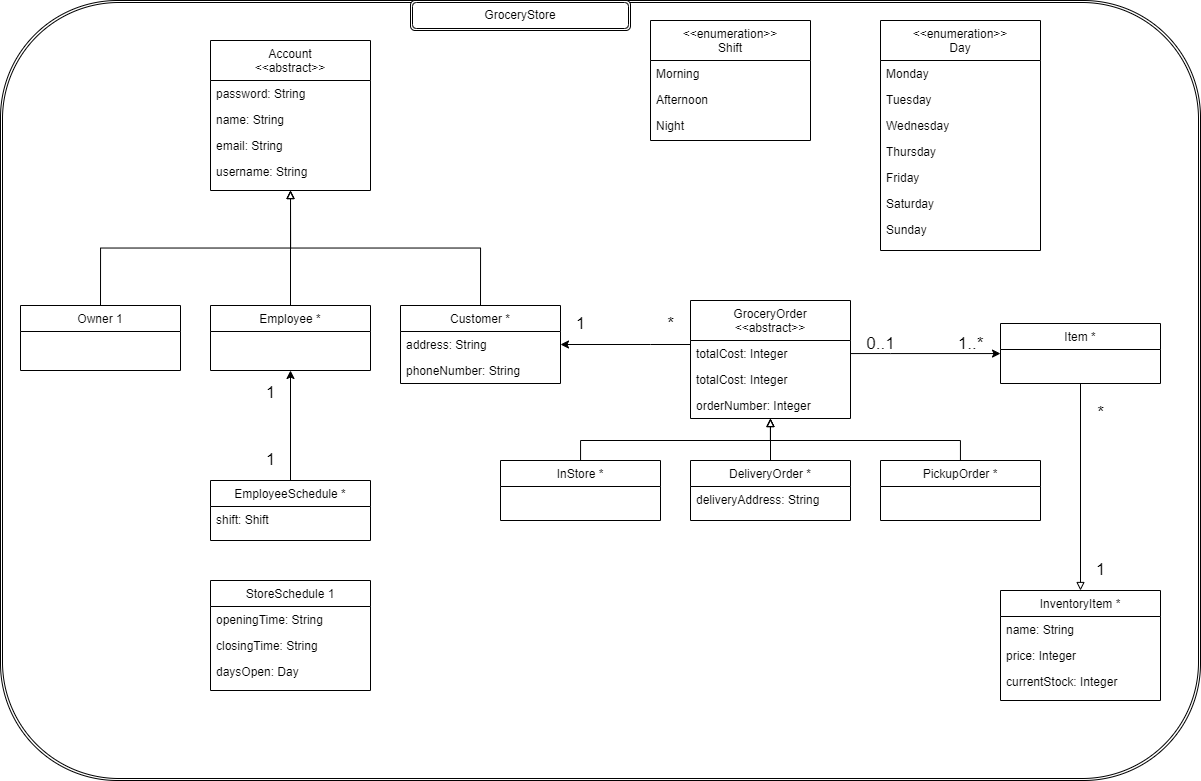
McGill-ECSE321-Winter2022/project-group-group-14 keeps this draw.io diagram as Class-Diagram.drawio.png. Above is the earlier version. Source tidied: cells renumbered, new cells last; positions are measured from the earlier drawing's top-left corner, leaving out a move shared by most shapes.
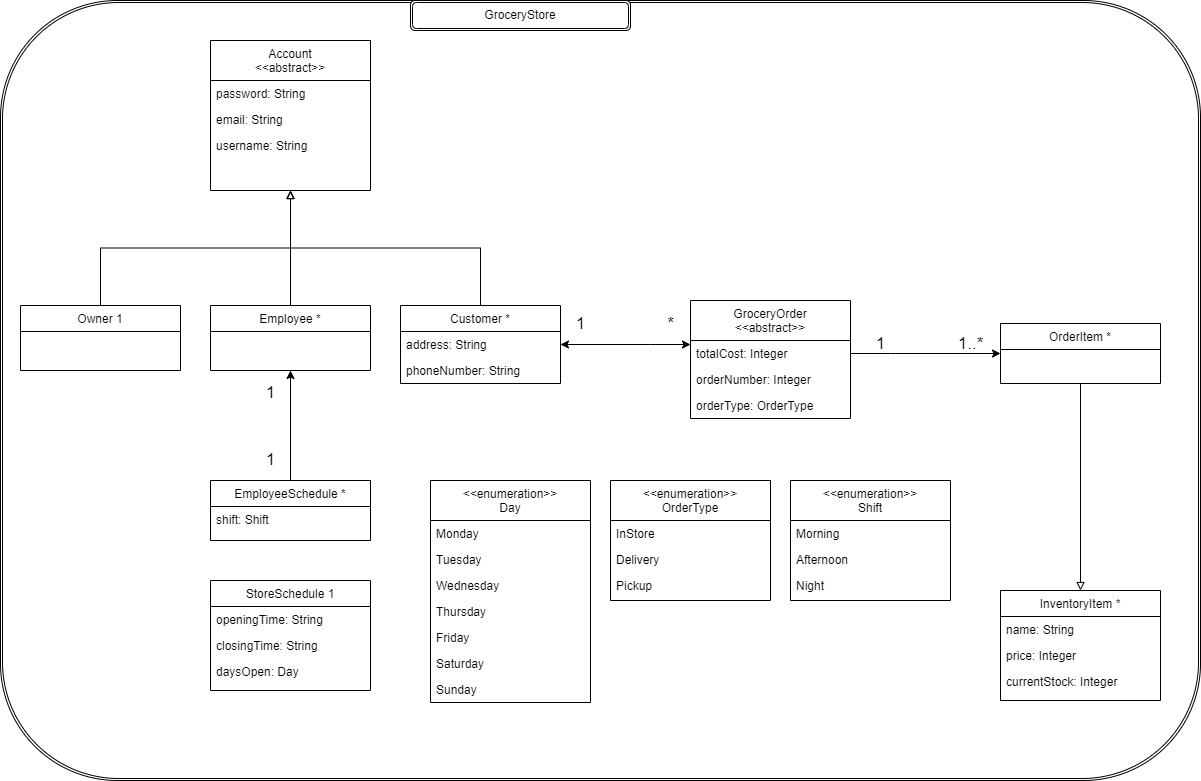
Later version of the same file.

Commit message:
Replaced order subclasses with enumeration

some other small changes too

What changed in the source:
```diff
@@ -11,14 +11,11 @@
     <mxCell id="4" value="password: String" style="text;align=left;verticalAlign=top;spacingLeft=4;spacingRight=4;overflow=hidden;rounded=0;shadow=0;html=0;" parent="3" vertex="1">
       <mxGeometry y="40" width="160" height="26" as="geometry" />
     </mxCell>
-    <mxCell id="5" value="name: String" style="text;align=left;verticalAlign=top;spacingLeft=4;spacingRight=4;overflow=hidden;" parent="3" vertex="1">
-      <mxGeometry y="66" width="160" height="26" as="geometry" />
-    </mxCell>
     <mxCell id="6" value="email: String" style="text;align=left;verticalAlign=top;spacingLeft=4;spacingRight=4;overflow=hidden;rounded=0;shadow=0;html=0;" parent="3" vertex="1">
-      <mxGeometry y="92" width="160" height="26" as="geometry" />
+      <mxGeometry y="66" width="160" height="26" as="geometry" />
     </mxCell>
     <mxCell id="7" value="username: String" style="text;align=left;verticalAlign=top;spacingLeft=4;spacingRight=4;overflow=hidden;rounded=0;shadow=0;html=0;" parent="3" vertex="1">
-      <mxGeometry y="118" width="160" height="26" as="geometry" />
+      <mxGeometry y="92" width="160" height="26" as="geometry" />
     </mxCell>
     <mxCell id="8" style="edgeStyle=orthogonalEdgeStyle;rounded=0;jettySize=auto;html=1;exitX=0.5;exitY=0;exitDx=0;exitDy=0;entryX=0.5;entryY=1;entryDx=0;entryDy=0;endArrow=block;endFill=0;" parent="1" edge="1" source="9" target="3">
       <mxGeometry relative="1" as="geometry" />
@@ -49,7 +46,7 @@
     <mxCell id="16" value="phoneNumber: String" style="text;align=left;verticalAlign=top;spacingLeft=4;spacingRight=4;overflow=hidden;" parent="14" vertex="1">
       <mxGeometry y="52" width="160" height="26" as="geometry" />
     </mxCell>
-    <mxCell id="17" style="edgeStyle=orthogonalEdgeStyle;rounded=0;jettySize=auto;html=1;entryX=1;entryY=0.5;entryDx=0;entryDy=0;endArrow=classic;endFill=1;startArrow=none;startFill=0;" parent="1" edge="1" source="19" target="15">
+    <mxCell id="17" style="edgeStyle=orthogonalEdgeStyle;rounded=0;jettySize=auto;html=1;entryX=1;entryY=0.5;entryDx=0;entryDy=0;endArrow=classic;endFill=1;startArrow=classic;startFill=1;" parent="1" edge="1" source="19" target="15">
       <mxGeometry relative="1" as="geometry">
         <Array as="points">
           <mxPoint x="650" y="344" />
@@ -71,44 +68,10 @@
     <mxCell id="20" value="totalCost: Integer" style="text;align=left;verticalAlign=top;spacingLeft=4;spacingRight=4;overflow=hidden;" parent="19" vertex="1">
       <mxGeometry y="40" width="160" height="26" as="geometry" />
     </mxCell>
-    <mxCell id="21" value="totalCost: Integer" style="text;align=left;verticalAlign=top;spacingLeft=4;spacingRight=4;overflow=hidden;" parent="19" vertex="1">
-      <mxGeometry y="66" width="160" height="26" as="geometry" />
-    </mxCell>
     <mxCell id="22" value="orderNumber: Integer" style="text;align=left;verticalAlign=top;spacingLeft=4;spacingRight=4;overflow=hidden;" parent="19" vertex="1">
-      <mxGeometry y="92" width="160" height="26" as="geometry" />
+      <mxGeometry y="66" width="160" height="26" as="geometry" />
     </mxCell>
-    <mxCell id="23" style="edgeStyle=orthogonalEdgeStyle;rounded=0;jettySize=auto;html=1;startArrow=none;startFill=0;endArrow=block;endFill=0;" parent="1" edge="1" source="24" target="19">
-      <mxGeometry relative="1" as="geometry">
-        <Array as="points">
-          <mxPoint x="580" y="440" />
-          <mxPoint x="770" y="440" />
-        </Array>
-      </mxGeometry>
-    </mxCell>
-    <mxCell id="24" value="InStore *" style="swimlane;fontStyle=0;align=center;verticalAlign=top;horizontal=1;startSize=26;rounded=0;shadow=0;strokeWidth=1;" parent="1" vertex="1">
-      <mxGeometry x="500" y="460" width="160" height="60" as="geometry" />
-    </mxCell>
-    <mxCell id="25" style="edgeStyle=orthogonalEdgeStyle;rounded=0;jettySize=auto;html=1;startArrow=none;startFill=0;endArrow=block;endFill=0;" parent="1" edge="1" source="26" target="19">
-      <mxGeometry relative="1" as="geometry" />
-    </mxCell>
-    <mxCell id="26" value="DeliveryOrder *" style="swimlane;fontStyle=0;align=center;verticalAlign=top;horizontal=1;startSize=26;rounded=0;shadow=0;strokeWidth=1;" parent="1" vertex="1">
-      <mxGeometry x="690" y="460" width="160" height="60" as="geometry" />
-    </mxCell>
-    <mxCell id="27" value="deliveryAddress: String" style="text;align=left;verticalAlign=top;spacingLeft=4;spacingRight=4;overflow=hidden;" parent="26" vertex="1">
-      <mxGeometry y="26" width="160" height="26" as="geometry" />
-    </mxCell>
-    <mxCell id="28" style="edgeStyle=orthogonalEdgeStyle;rounded=0;jettySize=auto;html=1;startArrow=none;startFill=0;endArrow=block;endFill=0;" parent="1" edge="1" source="29" target="19">
-      <mxGeometry relative="1" as="geometry">
-        <Array as="points">
-          <mxPoint x="960" y="440" />
-          <mxPoint x="770" y="440" />
-        </Array>
-      </mxGeometry>
-    </mxCell>
-    <mxCell id="29" value="PickupOrder *" style="swimlane;fontStyle=0;align=center;verticalAlign=top;horizontal=1;startSize=26;rounded=0;shadow=0;strokeWidth=1;" parent="1" vertex="1">
-      <mxGeometry x="880" y="460" width="160" height="60" as="geometry" />
-    </mxCell>
-    <mxCell id="30" value="Item *" style="swimlane;fontStyle=0;align=center;verticalAlign=top;horizontal=1;startSize=26;rounded=0;shadow=0;strokeWidth=1;" parent="1" vertex="1">
+    <mxCell id="30" value="OrderItem *" style="swimlane;fontStyle=0;align=center;verticalAlign=top;horizontal=1;startSize=26;rounded=0;shadow=0;strokeWidth=1;" parent="1" vertex="1">
       <mxGeometry x="1000" y="323" width="160" height="60" as="geometry" />
     </mxCell>
     <mxCell id="31" style="edgeStyle=orthogonalEdgeStyle;rounded=0;jettySize=auto;html=1;entryX=0.5;entryY=1;entryDx=0;entryDy=0;endArrow=none;endFill=0;startArrow=block;startFill=0;" parent="1" edge="1" source="32" target="30">
@@ -145,7 +108,7 @@
       <mxGeometry y="78" width="160" height="26" as="geometry" />
     </mxCell>
     <mxCell id="42" value="&lt;&lt;enumeration&gt;&gt;&#10;Shift" style="swimlane;fontStyle=0;align=center;verticalAlign=top;horizontal=1;startSize=40;rounded=0;shadow=0;strokeWidth=1;" parent="1" vertex="1">
-      <mxGeometry x="650" y="20" width="160" height="120" as="geometry" />
+      <mxGeometry x="790" y="480" width="160" height="120" as="geometry" />
     </mxCell>
     <mxCell id="43" value="Morning" style="text;align=left;verticalAlign=top;spacingLeft=4;spacingRight=4;overflow=hidden;" parent="42" vertex="1">
       <mxGeometry y="40" width="160" height="26" as="geometry" />
@@ -157,7 +120,7 @@
       <mxGeometry y="92" width="160" height="26" as="geometry" />
     </mxCell>
     <mxCell id="46" value="&lt;&lt;enumeration&gt;&gt;&#10;Day" style="swimlane;fontStyle=0;align=center;verticalAlign=top;horizontal=1;startSize=40;rounded=0;shadow=0;strokeWidth=1;" parent="1" vertex="1">
-      <mxGeometry x="880" y="20" width="160" height="230" as="geometry" />
+      <mxGeometry x="430" y="480" width="160" height="222" as="geometry" />
     </mxCell>
     <mxCell id="47" value="Monday" style="text;align=left;verticalAlign=top;spacingLeft=4;spacingRight=4;overflow=hidden;" parent="46" vertex="1">
       <mxGeometry y="40" width="160" height="26" as="geometry" />
@@ -180,14 +143,8 @@
     <mxCell id="53" value="Sunday" style="text;align=left;verticalAlign=top;spacingLeft=4;spacingRight=4;overflow=hidden;" parent="46" vertex="1">
       <mxGeometry y="196" width="160" height="26" as="geometry" />
     </mxCell>
-    <mxCell id="54" value="&lt;font style=&quot;font-size: 17px&quot;&gt;1&lt;/font&gt;" style="text;html=1;align=center;verticalAlign=middle;strokeColor=none;fillColor=none;" parent="1" vertex="1">
-      <mxGeometry x="1090" y="560" width="20" height="20" as="geometry" />
-    </mxCell>
-    <mxCell id="55" value="&lt;font style=&quot;font-size: 17px&quot;&gt;*&lt;/font&gt;" style="text;html=1;align=center;verticalAlign=middle;strokeColor=none;fillColor=none;" parent="1" vertex="1">
-      <mxGeometry x="1090" y="403" width="20" height="20" as="geometry" />
-    </mxCell>
-    <mxCell id="56" value="&lt;font style=&quot;font-size: 17px&quot;&gt;0..1&lt;/font&gt;" style="text;html=1;align=center;verticalAlign=middle;strokeColor=none;fillColor=none;" parent="1" vertex="1">
-      <mxGeometry x="860" y="334" width="40" height="20" as="geometry" />
+    <mxCell id="56" value="&lt;font style=&quot;font-size: 17px&quot;&gt;1&lt;br&gt;&lt;/font&gt;" style="text;html=1;align=center;verticalAlign=middle;strokeColor=none;fillColor=none;" parent="1" vertex="1">
+      <mxGeometry x="865" y="334" width="30" height="20" as="geometry" />
     </mxCell>
     <mxCell id="57" value="&lt;span style=&quot;font-size: 17px&quot;&gt;1..*&lt;/span&gt;" style="text;html=1;align=center;verticalAlign=middle;strokeColor=none;fillColor=none;" parent="1" vertex="1">
       <mxGeometry x="950" y="334" width="40" height="20" as="geometry" />
@@ -207,5 +164,20 @@
     <mxCell id="62" value="GroceryStore" style="shape=ext;double=1;rounded=1;whiteSpace=wrap;html=1;" parent="1" vertex="1">
       <mxGeometry x="410" width="220" height="30" as="geometry" />
     </mxCell>
+    <mxCell id="63" value="&lt;&lt;enumeration&gt;&gt;&#10;OrderType" style="swimlane;fontStyle=0;align=center;verticalAlign=top;horizontal=1;startSize=40;rounded=0;shadow=0;strokeWidth=1;" parent="1" vertex="1">
+      <mxGeometry x="610" y="480" width="160" height="120" as="geometry" />
+    </mxCell>
+    <mxCell id="64" value="InStore" style="text;align=left;verticalAlign=top;spacingLeft=4;spacingRight=4;overflow=hidden;" parent="63" vertex="1">
+      <mxGeometry y="40" width="160" height="26" as="geometry" />
+    </mxCell>
+    <mxCell id="65" value="Delivery" style="text;align=left;verticalAlign=top;spacingLeft=4;spacingRight=4;overflow=hidden;" parent="63" vertex="1">
+      <mxGeometry y="66" width="160" height="26" as="geometry" />
+    </mxCell>
+    <mxCell id="66" value="Pickup" style="text;align=left;verticalAlign=top;spacingLeft=4;spacingRight=4;overflow=hidden;" parent="63" vertex="1">
+      <mxGeometry y="92" width="160" height="26" as="geometry" />
+    </mxCell>
+    <mxCell id="67" value="orderType: OrderType" style="text;align=left;verticalAlign=top;spacingLeft=4;spacingRight=4;overflow=hidden;" parent="1" vertex="1">
+      <mxGeometry x="690" y="392" width="160" height="26" as="geometry" />
+    </mxCell>
   </root>
 </mxGraphModel>
```
